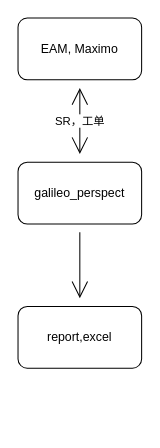
tonyleifang/tony keeps this draw.io diagram as 云端透视.drawio. Above is the earlier version. Source tidied: cells renumbered, new cells numbered last; positions are measured from the earlier drawing's top-left corner, leaving out a move shared by most shapes. Both pictures are drawn from the tidied source at 103%, with x=0, y=0 at pixel (18, 18).
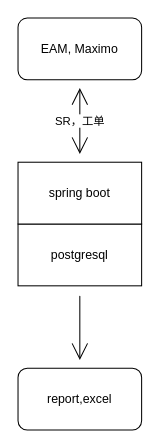
The same page after the edit.

Commit message (it also covers changes not shown here):
更新云端透视.drawio

The edit, as a diff of the source:
```diff
@@
 <mxGraphModel>
   <root>
     <mxCell id="0" />
     <mxCell id="1" parent="0" />
-    <mxCell id="2" style="edgeStyle=none;curved=1;rounded=0;jettySize=auto;html=1;endArrow=open;startSize=14;endSize=14;sourcePerimeterSpacing=8;targetPerimeterSpacing=8;" parent="1" edge="1" source="4" target="5">
-      <mxGeometry relative="1" as="geometry" />
+    <mxCell id="2" style="edgeStyle=none;curved=1;rounded=0;jettySize=auto;html=1;endArrow=open;startSize=14;endSize=14;sourcePerimeterSpacing=8;targetPerimeterSpacing=8;" parent="1" edge="1" target="5">
+      <mxGeometry relative="1" as="geometry">
+        <mxPoint x="60" y="272" as="sourcePoint" />
+        <Array as="points">
+          <mxPoint x="60" y="260" />
+        </Array>
+      </mxGeometry>
     </mxCell>
-    <mxCell id="3" value="SR，工单" style="edgeStyle=none;curved=1;rounded=0;jettySize=auto;html=1;endArrow=open;startSize=14;endSize=14;sourcePerimeterSpacing=8;targetPerimeterSpacing=8;startArrow=open;startFill=0;" parent="1" edge="1" source="4" target="6">
-      <mxGeometry relative="1" as="geometry" />
+    <mxCell id="3" value="SR，工单" style="edgeStyle=none;curved=1;rounded=0;jettySize=auto;html=1;endArrow=open;startSize=14;endSize=14;sourcePerimeterSpacing=8;targetPerimeterSpacing=8;startArrow=open;startFill=0;" parent="1" edge="1" target="6">
+      <mxGeometry relative="1" as="geometry">
+        <mxPoint x="60" y="132" as="sourcePoint" />
+      </mxGeometry>
     </mxCell>
-    <mxCell id="4" value="galileo_perspect" style="rounded=1;whiteSpace=wrap;html=1;hachureGap=4;" parent="1" vertex="1">
-      <mxGeometry y="140" width="120" height="60" as="geometry" />
-    </mxCell>
     <mxCell id="5" value="report,excel" style="rounded=1;whiteSpace=wrap;html=1;hachureGap=4;" parent="1" vertex="1">
-      <mxGeometry y="280" width="120" height="60" as="geometry" />
+      <mxGeometry y="340" width="120" height="60" as="geometry" />
     </mxCell>
     <mxCell id="6" value="EAM, Maximo" style="rounded=1;whiteSpace=wrap;html=1;hachureGap=4;" parent="1" vertex="1">
       <mxGeometry width="120" height="60" as="geometry" />
     </mxCell>
+    <mxCell id="7" value="postgresql" style="rounded=0;whiteSpace=wrap;html=1;hachureGap=4;" parent="1" vertex="1">
+      <mxGeometry y="200" width="120" height="60" as="geometry" />
+    </mxCell>
+    <mxCell id="8" value="spring boot" style="rounded=0;whiteSpace=wrap;html=1;hachureGap=4;" parent="1" vertex="1">
+      <mxGeometry y="140" width="120" height="60" as="geometry" />
+    </mxCell>
   </root>
 </mxGraphModel>
```
